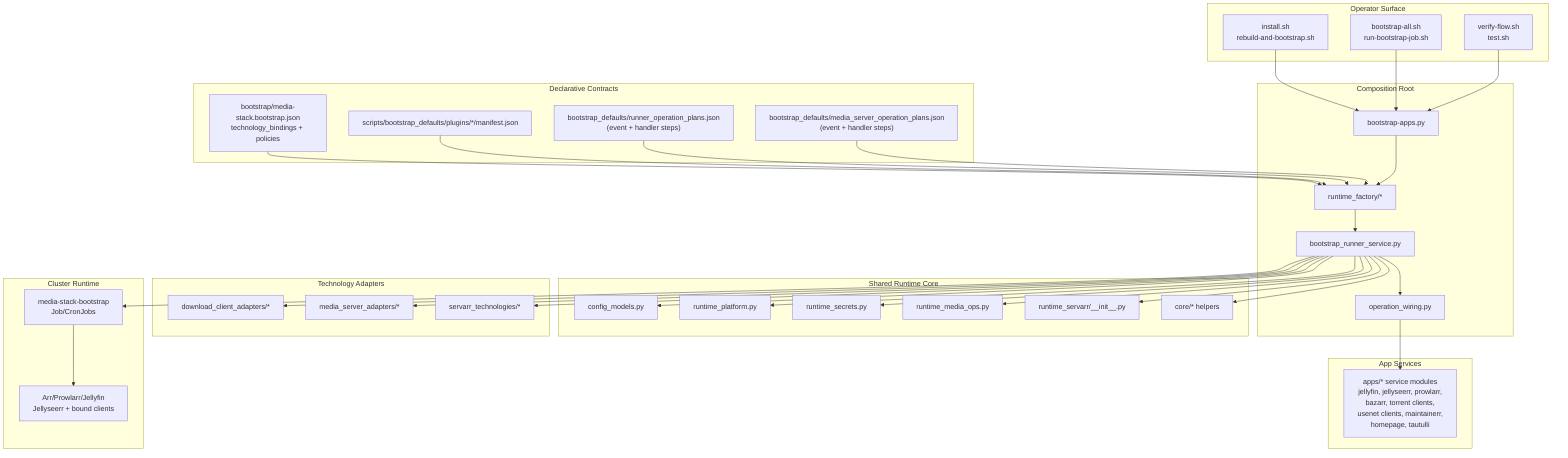
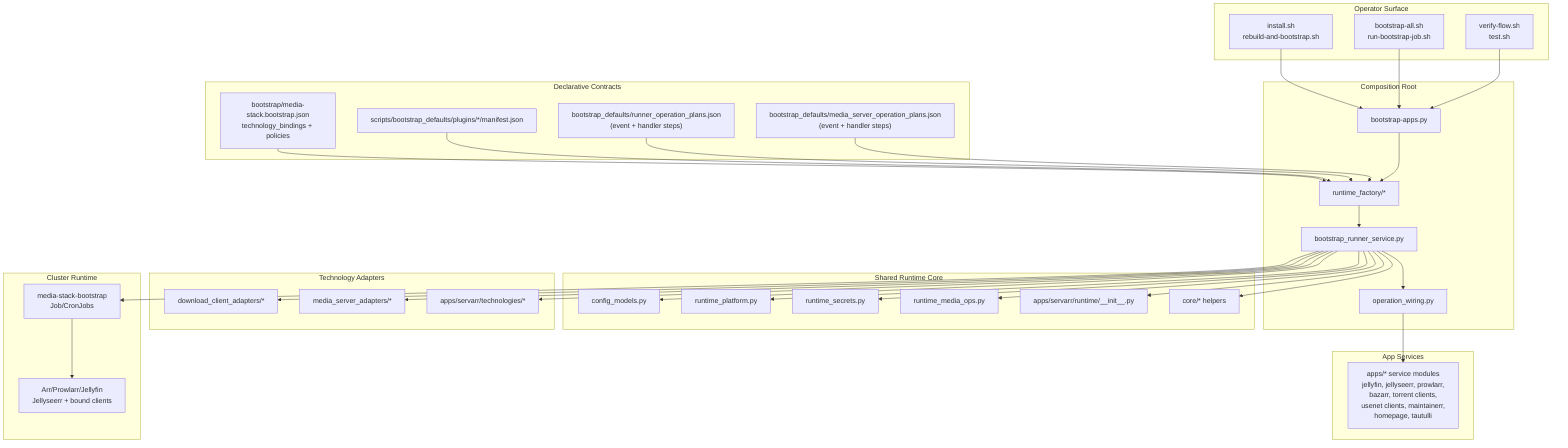
flowchart TD
  subgraph Operators[Operator Surface]
    SH1["install.sh\nrebuild-and-bootstrap.sh"]
    SH2["bootstrap-all.sh\nrun-bootstrap-job.sh"]
    SH3["verify-flow.sh\ntest.sh"]
  end

  subgraph Contracts[Declarative Contracts]
    CFG["bootstrap/media-stack.bootstrap.json\ntechnology_bindings + policies"]
    PM["scripts/bootstrap_defaults/plugins/*/manifest.json"]
    RPLAN["bootstrap_defaults/runner_operation_plans.json\n(event + handler steps)"]
    MPLAN["bootstrap_defaults/media_server_operation_plans.json\n(event + handler steps)"]
  end

  subgraph Entry[Composition Root]
    MAIN["bootstrap-apps.py"]
    RF["runtime_factory/*"]
    RUN["bootstrap_runner_service.py"]
    WIRE["operation_wiring.py"]
  end

  subgraph Core[Shared Runtime Core]
    CFGM["config_models.py"]
    CORE_RT["runtime_platform.py"]
    CORE_SEC["runtime_secrets.py"]
    MED["runtime_media_ops.py"]
-     ARR["runtime_servarr/__init__.py"]
+     ARR["apps/servarr/runtime/__init__.py"]
    LIB["core/* helpers"]
  end

  subgraph Adapters[Technology Adapters]
    DL["download_client_adapters/*"]
    MS["media_server_adapters/*"]
-     SA["servarr_technologies/*"]
+     SA["apps/servarr/technologies/*"]
  end

  subgraph AppSvc[App Services]
    APPMOD["apps/* service modules\njellyfin, jellyseerr, prowlarr,\nbazarr, torrent clients,\nusenet clients, maintainerr,\nhomepage, tautulli"]
  end

  subgraph Runtime[Cluster Runtime]
    JOB["media-stack-bootstrap\nJob/CronJobs"]
    APPS["Arr/Prowlarr/Jellyfin\nJellyseerr + bound clients"]
  end

  SH1 --> MAIN
  SH2 --> MAIN
  SH3 --> MAIN

  CFG --> RF
  PM --> RF
  RPLAN --> RF
  MPLAN --> RF

  MAIN --> RF --> RUN --> WIRE

  RUN --> CFGM
  RUN --> CORE_RT
  RUN --> CORE_SEC
  RUN --> MED
  RUN --> ARR
  RUN --> LIB

  RUN --> DL
  RUN --> MS
  RUN --> SA

  WIRE --> APPMOD

  RUN --> JOB --> APPS
